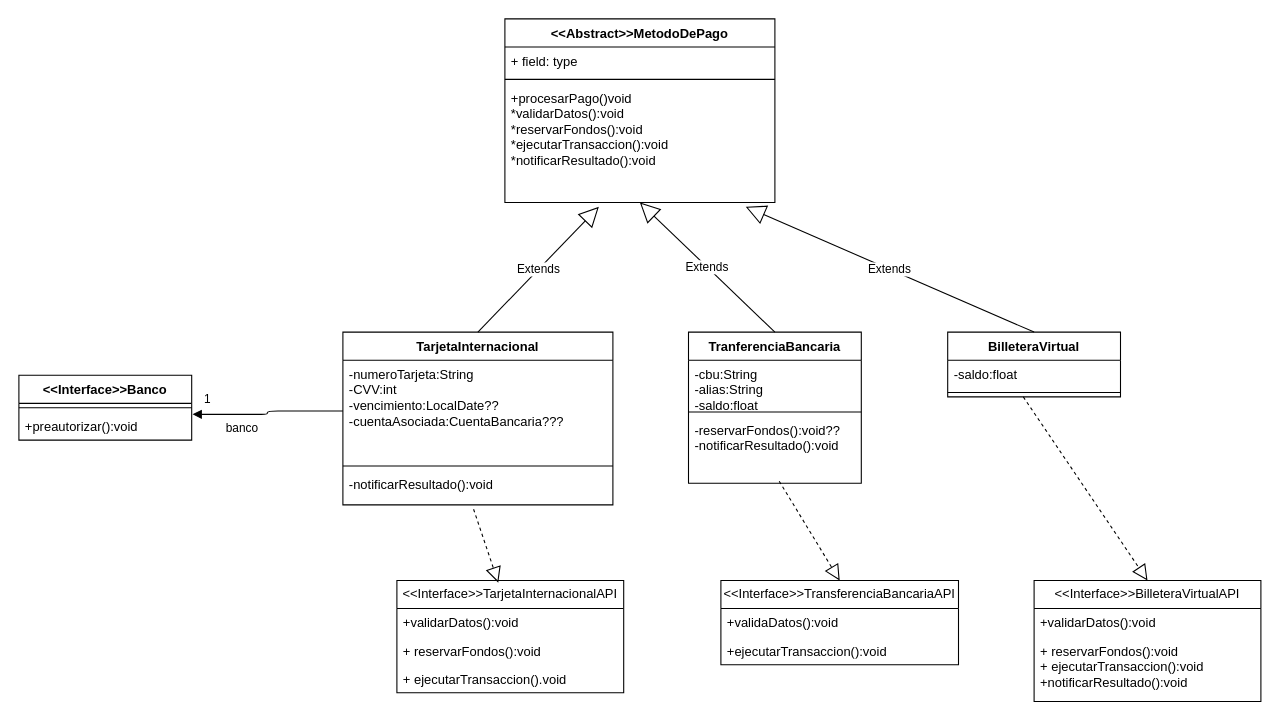
MartinianoOliveto/po2-integrador keeps this draw.io diagram as UML/2.4 metodos de  pago.drawio. Above is the earlier version. Source tidied: cells renumbered, new cells numbered last; positions are measured from the earlier drawing's top-left corner, leaving out a move shared by most shapes. Both pictures are drawn from the tidied source at 108%, with x=0, y=0 at pixel (18, 18).
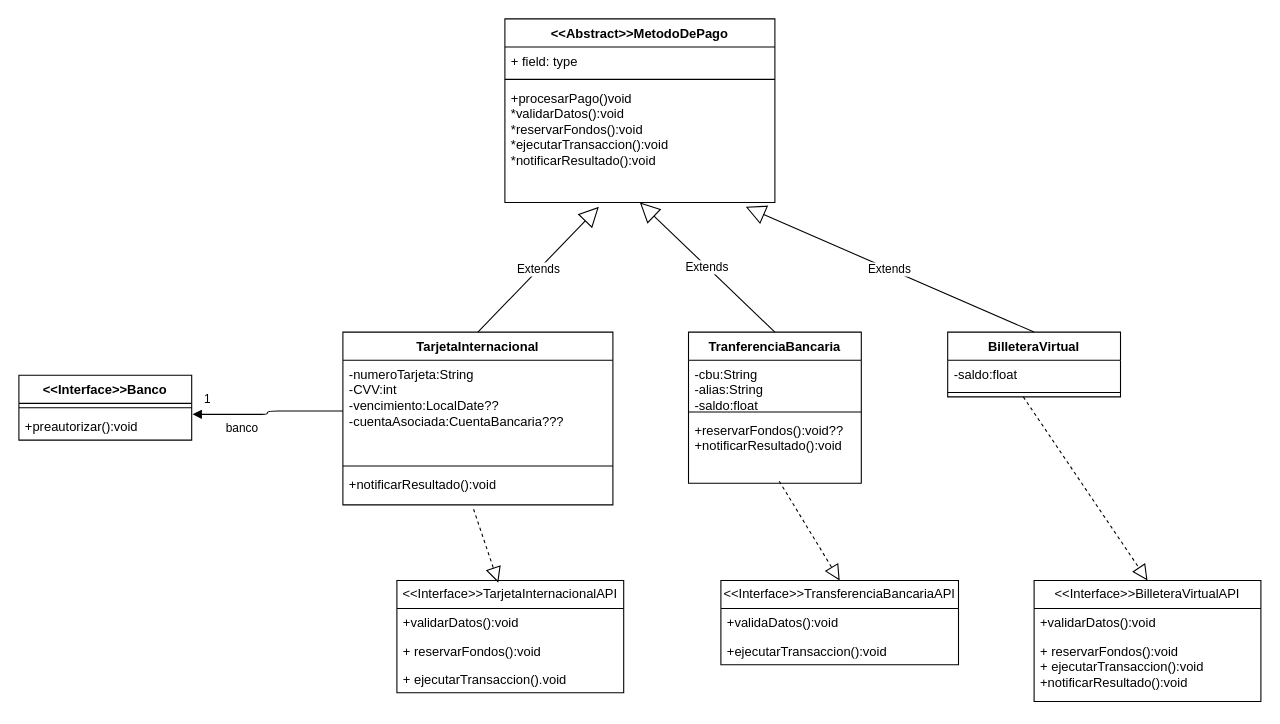
The same diagram, later.

The change refers to these unchanged cells:
```xml
<mxCell id="6" value="TarjetaInternacional" style="swimlane;fontStyle=1;align=center;verticalAlign=top;horizontal=1;startSize=26;whiteSpace=wrap;html=1;" parent="1" vertex="1">
  <mxGeometry x="300" y="290" width="250" height="160" as="geometry" />
</mxCell>
<mxCell id="10" value="TranferenciaBancaria" style="swimlane;fontStyle=1;align=center;verticalAlign=top;horizontal=1;startSize=26;whiteSpace=wrap;html=1;" parent="1" vertex="1">
  <mxGeometry x="620" y="290" width="160" height="140" as="geometry" />
</mxCell>
```

The edit, as a diff of the source:
```diff
@@
-    <mxCell id="9" value="&lt;div&gt;&lt;div&gt;&lt;font face=&quot;Helvetica&quot;&gt;-notificarResultado():void&lt;/font&gt;&lt;/div&gt;&lt;/div&gt;" style="text;strokeColor=none;fillColor=none;align=left;verticalAlign=top;spacingLeft=4;spacingRight=4;overflow=hidden;points=[[0,0.5],[1,0.5]];portConstraint=eastwest;whiteSpace=wrap;html=1;" parent="6" vertex="1">
+    <mxCell id="9" value="&lt;div&gt;&lt;div&gt;&lt;font face=&quot;Helvetica&quot;&gt;+notificarResultado():void&lt;/font&gt;&lt;/div&gt;&lt;/div&gt;" style="text;strokeColor=none;fillColor=none;align=left;verticalAlign=top;spacingLeft=4;spacingRight=4;overflow=hidden;points=[[0,0.5],[1,0.5]];portConstraint=eastwest;whiteSpace=wrap;html=1;" parent="6" vertex="1">
       <mxGeometry y="128" width="250" height="32" as="geometry" />
     </mxCell>
@@
-    <mxCell id="13" value="-reservarFondos():void??&lt;div&gt;-notificarResultado():void&lt;/div&gt;" style="text;strokeColor=none;fillColor=none;align=left;verticalAlign=top;spacingLeft=4;spacingRight=4;overflow=hidden;points=[[0,0.5],[1,0.5]];portConstraint=eastwest;whiteSpace=wrap;html=1;" parent="10" vertex="1">
+    <mxCell id="13" value="+reservarFondos():void??&lt;div&gt;+notificarResultado():void&lt;/div&gt;" style="text;strokeColor=none;fillColor=none;align=left;verticalAlign=top;spacingLeft=4;spacingRight=4;overflow=hidden;points=[[0,0.5],[1,0.5]];portConstraint=eastwest;whiteSpace=wrap;html=1;" parent="10" vertex="1">
       <mxGeometry y="78" width="160" height="62" as="geometry" />
     </mxCell>
```
